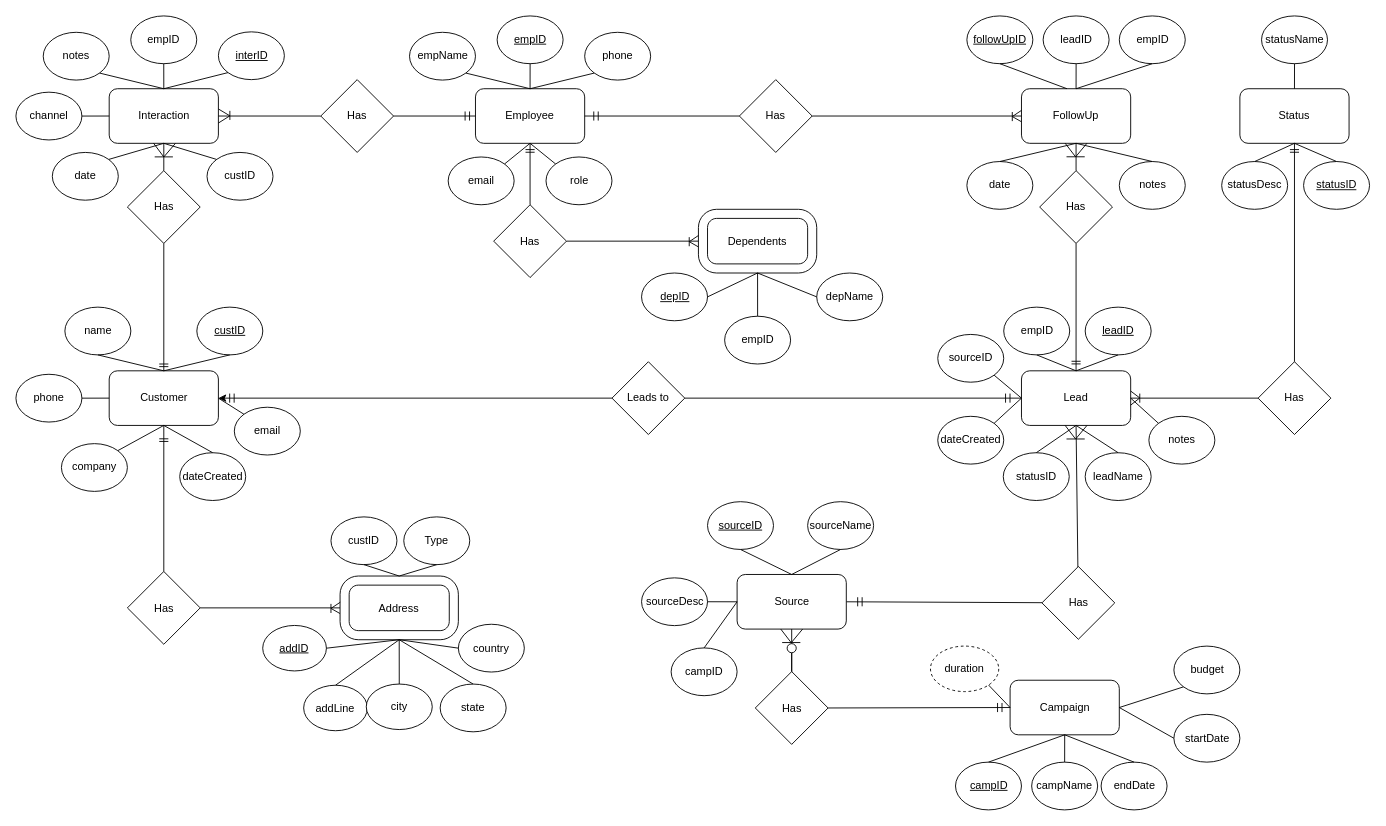
Before: DBproject.drawio in AnthonyEdward777/CRM-DBMS, a draw.io diagram. Source tidied: cells renumbered, new cells numbered last; positions are measured from the earlier drawing's top-left corner, leaving out a move shared by most shapes. Both pictures are drawn from the tidied source at 91%, with x=0, y=0 at pixel (15, 15).
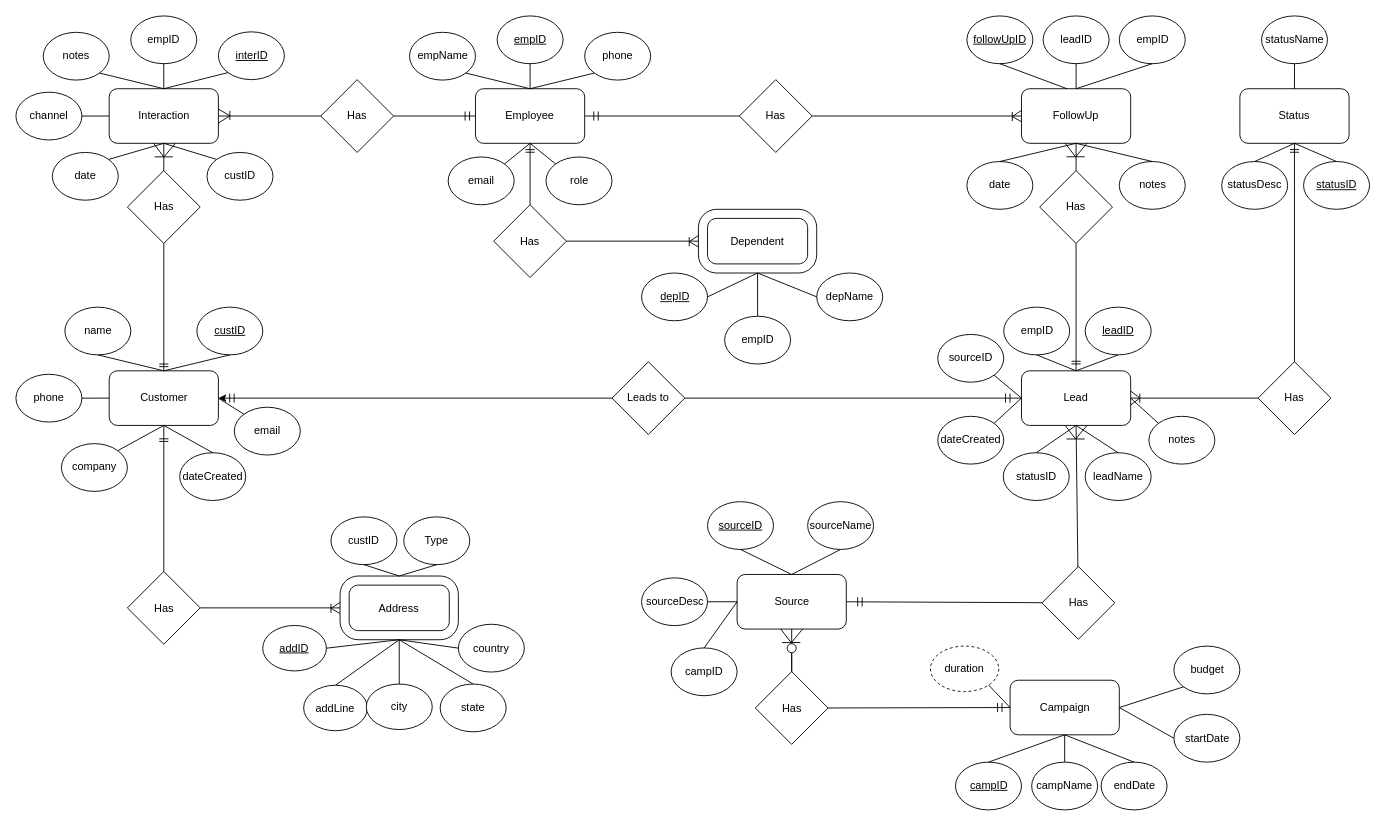
The same page after the edit.

Change to the diagram source:
```diff
@@
-    <mxCell id="38" value="Dependents" style="rounded=1;whiteSpace=wrap;html=1;" parent="1" vertex="1">
+    <mxCell id="38" value="Dependent" style="rounded=1;whiteSpace=wrap;html=1;" parent="1" vertex="1">
       <mxGeometry x="755" y="217.5" width="120" height="60" as="geometry" />
     </mxCell>
```
